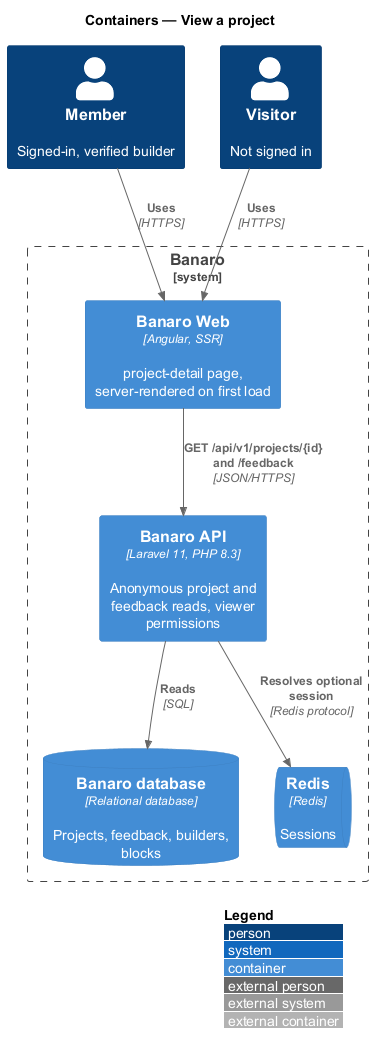
Before: docs/detailed-designs/projects/view-project/diagrams/c4-container.png, a diagram exported from PlantUML (QuinntyneBrown/banaro). Its diagram source:
```plantuml
@startuml
!include <C4/C4_Container>
LAYOUT_WITH_LEGEND()
title Containers — View a project

Person(member, "Member", "Signed-in, verified builder")
Person(visitor, "Visitor", "Not signed in")

System_Boundary(banaro, "Banaro") {
  Container(web, "Banaro Web", "Angular, SSR", "project-detail page, server-rendered on first load")
  Container(api, "Banaro API", "Laravel 11, PHP 8.3", "Anonymous project and feedback reads, viewer permissions")
  ContainerDb(db, "Banaro database", "Relational database", "Projects, feedback, builders, blocks")
  ContainerQueue(redis, "Redis", "Redis", "Sessions")
}

Rel(member, web, "Uses", "HTTPS")
Rel(visitor, web, "Uses", "HTTPS")
Rel(web, api, "GET /api/v1/projects/{id} and /feedback", "JSON/HTTPS")
Rel(api, redis, "Resolves optional session", "Redis protocol")
Rel(api, db, "Reads", "SQL")
@enduml
```
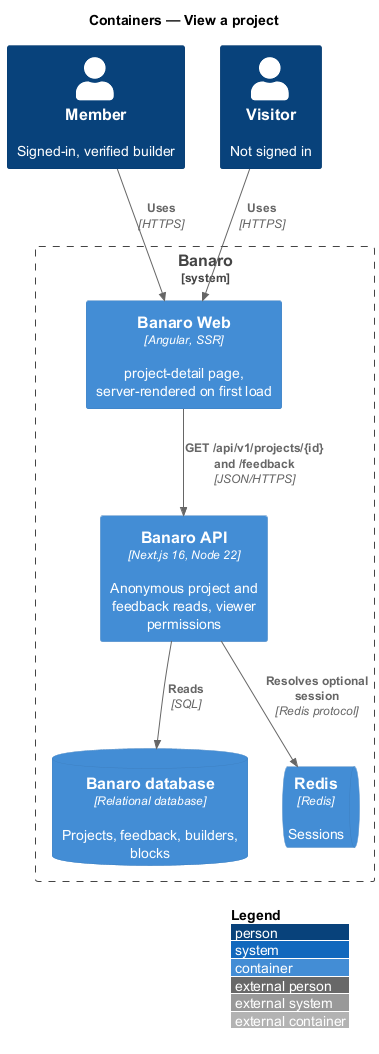
Above is the later version.

Change to the diagram source:
```diff
@@ -8,7 +8,7 @@
 
 System_Boundary(banaro, "Banaro") {
   Container(web, "Banaro Web", "Angular, SSR", "project-detail page, server-rendered on first load")
-  Container(api, "Banaro API", "Laravel 11, PHP 8.3", "Anonymous project and feedback reads, viewer permissions")
+  Container(api, "Banaro API", "Next.js 16, Node 22", "Anonymous project and feedback reads, viewer permissions")
   ContainerDb(db, "Banaro database", "Relational database", "Projects, feedback, builders, blocks")
   ContainerQueue(redis, "Redis", "Redis", "Sessions")
 }
```
